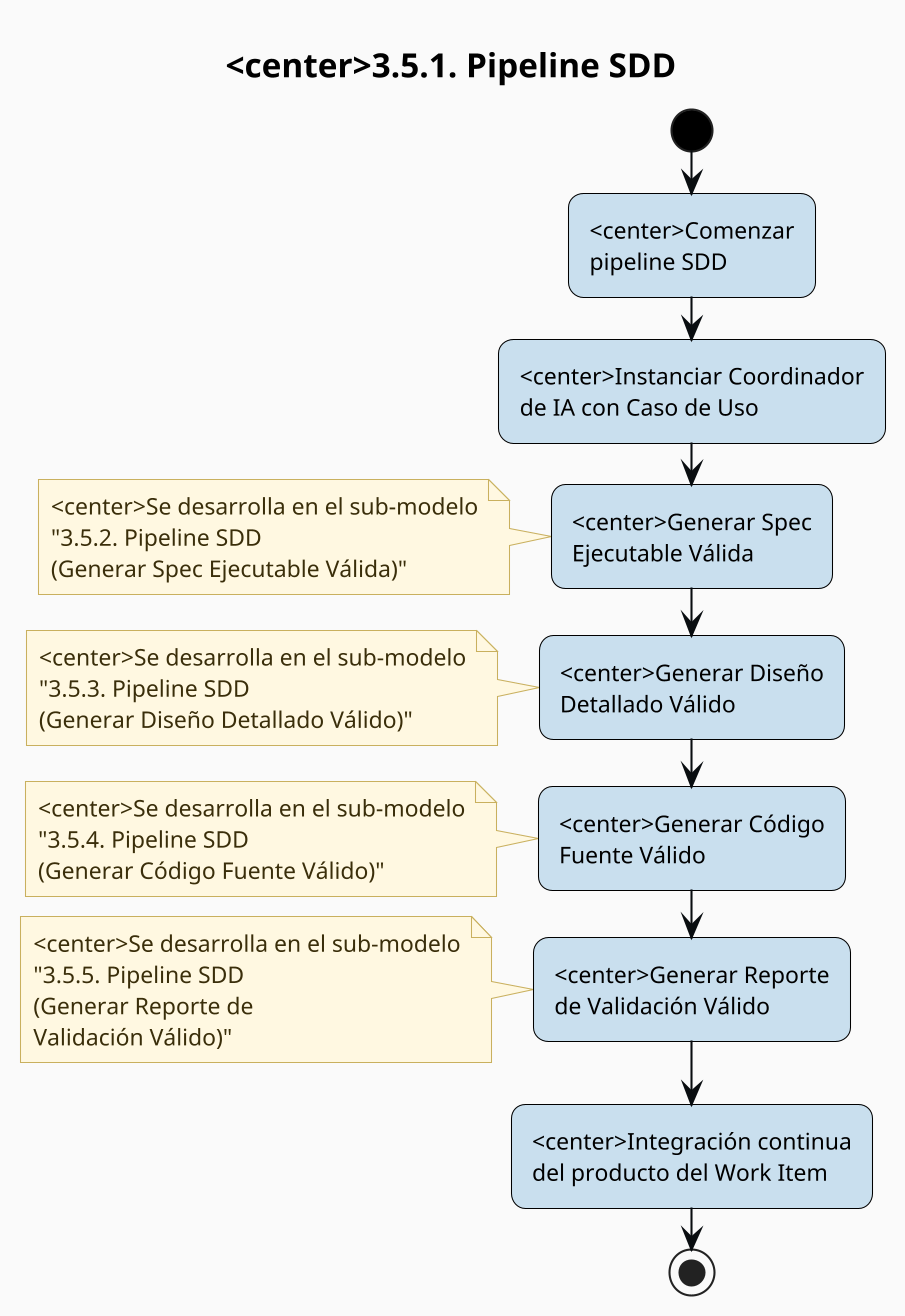
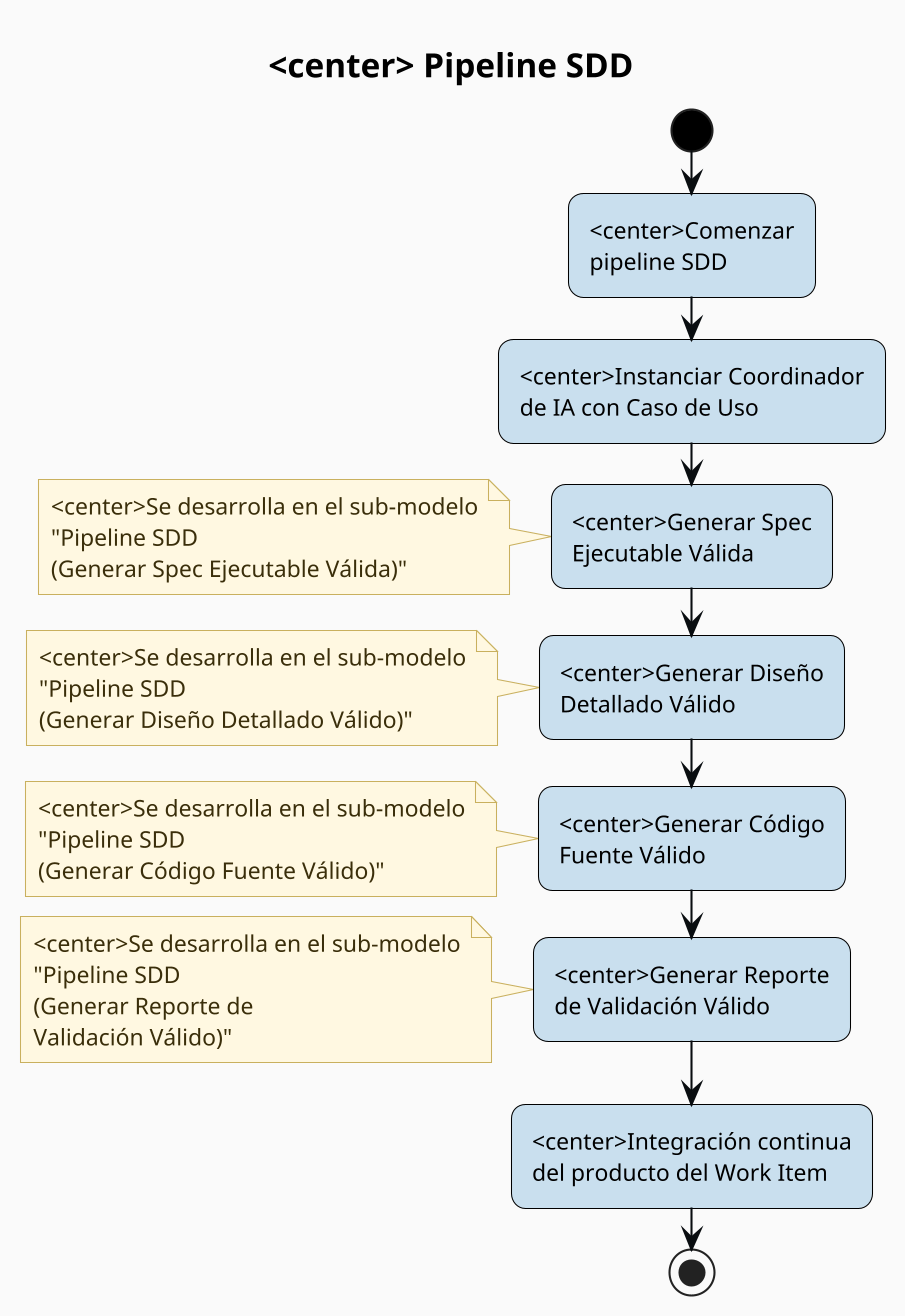
@startuml
skinparam dpi 200
- title <center>3.5.1. Pipeline SDD
+ title <center> Pipeline SDD

' === Modern soft theme ===
skinparam backgroundColor #FAFAFA
skinparam defaultFontName Helvetica
skinparam defaultFontSize 11
skinparam titleFontSize 16
skinparam titleFontStyle bold
skinparam shadowing false
skinparam roundCorner 14
skinparam linetype polyline

skinparam activity {
    BackgroundColor       #C9DFEE
    BorderColor           #000000
    FontColor             #000000
    FontName              Helvetica
    FontSize              11
    DiamondBackgroundColor #D9C2E3
    DiamondBorderColor    #000000
    DiamondFontColor      #000000
    StartColor            #000000
    EndColor              #000000
    BarColor              #000000
}

skinparam partition {
    BackgroundColor #FFFFFF
    BorderColor     #C9C9BE
    FontColor       #4A4A48
    FontStyle       bold
    FontSize        12
}

skinparam arrow {
    Color     #090D10
    FontColor #090D10
    FontSize  10
    Thickness 1
}

skinparam note {
    BackgroundColor #FFF8E1
    BorderColor     #C9B05E
    FontColor       #3A2E0A
}

start
:<center>Comenzar\npipeline SDD;
:<center>Instanciar Coordinador\nde IA con Caso de Uso;
:<center>Generar Spec\nEjecutable Válida;
- note left:<center>Se desarrolla en el sub-modelo\n"3.5.2. Pipeline SDD\n(Generar Spec Ejecutable Válida)"
+ note left:<center>Se desarrolla en el sub-modelo\n"Pipeline SDD\n(Generar Spec Ejecutable Válida)"
:<center>Generar Diseño\nDetallado Válido;
- note left:<center>Se desarrolla en el sub-modelo\n"3.5.3. Pipeline SDD\n(Generar Diseño Detallado Válido)"
+ note left:<center>Se desarrolla en el sub-modelo\n"Pipeline SDD\n(Generar Diseño Detallado Válido)"
:<center>Generar Código\nFuente Válido;
- note left:<center>Se desarrolla en el sub-modelo\n"3.5.4. Pipeline SDD\n(Generar Código Fuente Válido)"
+ note left:<center>Se desarrolla en el sub-modelo\n"Pipeline SDD\n(Generar Código Fuente Válido)"
:<center>Generar Reporte\nde Validación Válido;
- note left:<center>Se desarrolla en el sub-modelo\n"3.5.5. Pipeline SDD\n(Generar Reporte de\nValidación Válido)"
+ note left:<center>Se desarrolla en el sub-modelo\n"Pipeline SDD\n(Generar Reporte de\nValidación Válido)"
:<center>Integración continua\ndel producto del Work Item;
stop
@enduml